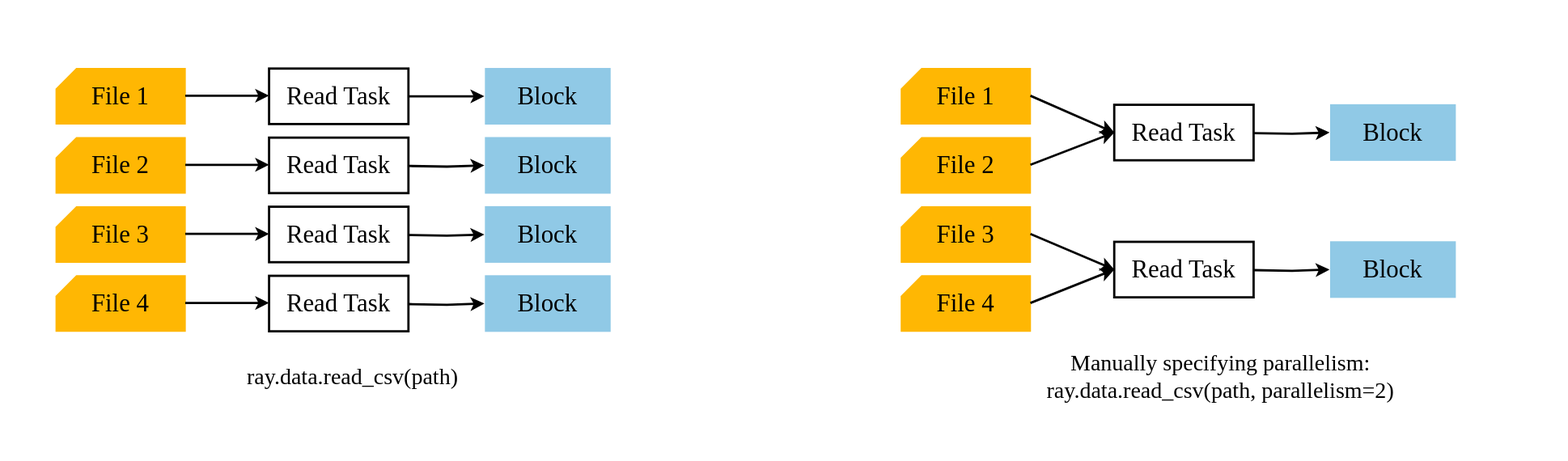
Above: img/ch-ray-data/dataset-read.svg in godaai/scale-py-zh (draw.io), before the change. Source tidied: cells renumbered, new cells last; positions are measured from the earlier drawing's top-left corner, leaving out a move shared by most shapes.
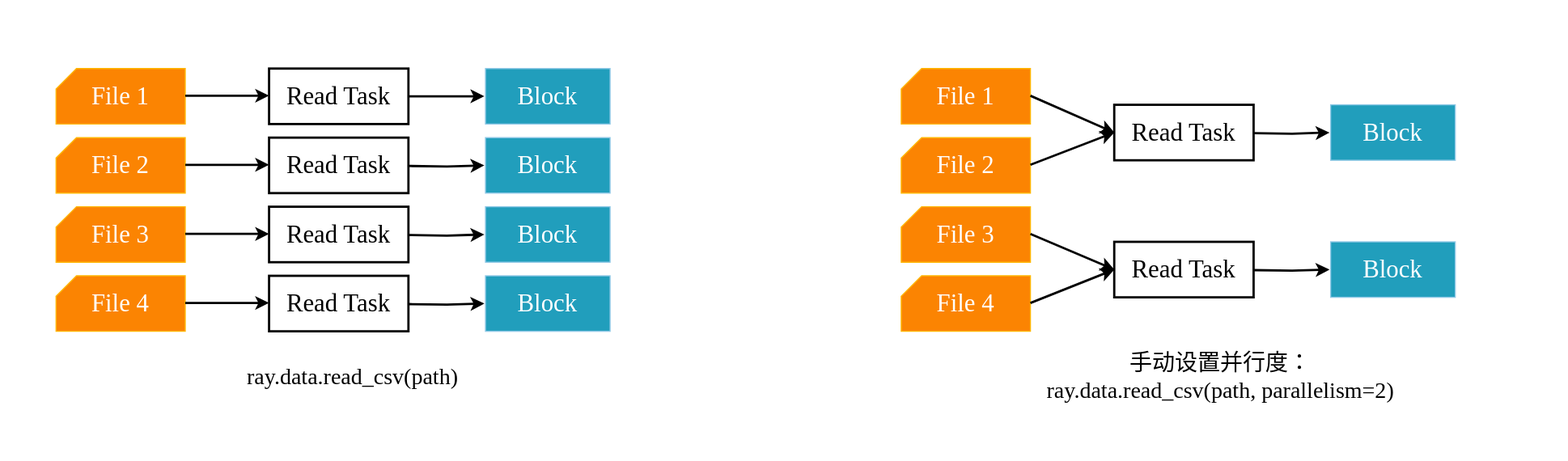
Later version of the same file.

What changed in the source:
```diff
@@ -5,16 +5,16 @@
     <mxCell id="2" style="rounded=0;whiteSpace=wrap;html=1;strokeColor=none;fillColor=none;" parent="1" vertex="1">
       <mxGeometry width="1384" height="407" as="geometry" />
     </mxCell>
-    <mxCell id="3" value="&lt;font style=&quot;font-size: 22px;&quot; face=&quot;Times New Roman&quot;&gt;File 1&lt;/font&gt;" style="shape=card;whiteSpace=wrap;html=1;size=18;fillColor=#FFB703;strokeColor=#FFB703;fontSize=22;" parent="1" vertex="1">
+    <mxCell id="3" value="&lt;font color=&quot;#ffffff&quot; style=&quot;font-size: 22px;&quot; face=&quot;Times New Roman&quot;&gt;File 1&lt;/font&gt;" style="shape=card;whiteSpace=wrap;html=1;size=18;fillColor=#FB8402;strokeColor=#FFB703;fontSize=22;" parent="1" vertex="1">
       <mxGeometry x="49" y="60" width="114" height="49" as="geometry" />
     </mxCell>
-    <mxCell id="4" value="&lt;font style=&quot;font-size: 22px;&quot; face=&quot;Times New Roman&quot;&gt;File 2&lt;/font&gt;" style="shape=card;whiteSpace=wrap;html=1;size=18;fillColor=#FFB703;strokeColor=#FFB703;fontSize=22;fontColor=#000000;" parent="1" vertex="1">
+    <mxCell id="4" value="&lt;font color=&quot;#ffffff&quot; style=&quot;font-size: 22px;&quot; face=&quot;Times New Roman&quot;&gt;File 2&lt;/font&gt;" style="shape=card;whiteSpace=wrap;html=1;size=18;fillColor=#FB8402;strokeColor=#FFB703;fontSize=22;" parent="1" vertex="1">
       <mxGeometry x="49" y="121" width="114" height="49" as="geometry" />
     </mxCell>
-    <mxCell id="5" value="&lt;font style=&quot;font-size: 22px;&quot; face=&quot;Times New Roman&quot;&gt;File 3&lt;/font&gt;" style="shape=card;whiteSpace=wrap;html=1;size=18;fillColor=#FFB703;strokeColor=#FFB703;fontSize=22;fontColor=#000000;" parent="1" vertex="1">
+    <mxCell id="5" value="&lt;font color=&quot;#ffffff&quot; style=&quot;font-size: 22px;&quot; face=&quot;Times New Roman&quot;&gt;File 3&lt;/font&gt;" style="shape=card;whiteSpace=wrap;html=1;size=18;fillColor=#FB8402;strokeColor=#FFB703;fontSize=22;" parent="1" vertex="1">
       <mxGeometry x="49" y="182" width="114" height="49" as="geometry" />
     </mxCell>
-    <mxCell id="6" value="&lt;font style=&quot;font-size: 22px;&quot; face=&quot;Times New Roman&quot;&gt;File 4&lt;/font&gt;" style="shape=card;whiteSpace=wrap;html=1;size=18;fillColor=#FFB703;strokeColor=#FFB703;fontSize=22;fontColor=#000000;" parent="1" vertex="1">
+    <mxCell id="6" value="&lt;font color=&quot;#ffffff&quot; style=&quot;font-size: 22px;&quot; face=&quot;Times New Roman&quot;&gt;File 4&lt;/font&gt;" style="shape=card;whiteSpace=wrap;html=1;size=18;fillColor=#FB8402;strokeColor=#FFB703;fontSize=22;" parent="1" vertex="1">
       <mxGeometry x="49" y="243" width="114" height="49" as="geometry" />
     </mxCell>
     <mxCell id="7" style="endArrow=classic;html=1;rounded=0;strokeWidth=2;fontSize=22;" parent="1" edge="1">
@@ -58,7 +58,7 @@
     <mxCell id="15" value="&lt;font style=&quot;font-size: 22px;&quot; face=&quot;Times New Roman&quot;&gt;Read Task&lt;/font&gt;" style="rounded=0;whiteSpace=wrap;html=1;strokeWidth=2;fontSize=22;" parent="1" vertex="1">
       <mxGeometry x="237" y="243" width="123" height="49" as="geometry" />
     </mxCell>
-    <mxCell id="16" value="&lt;font style=&quot;font-size: 22px;&quot; face=&quot;Times New Roman&quot;&gt;Block&lt;/font&gt;" style="rounded=0;whiteSpace=wrap;html=1;fillColor=#90C9E6;strokeColor=#90C9E6;fontSize=22;fontColor=default;" parent="1" vertex="1">
+    <mxCell id="16" value="&lt;font style=&quot;font-size: 22px;&quot; face=&quot;Times New Roman&quot; color=&quot;#ffffff&quot;&gt;Block&lt;/font&gt;" style="rounded=0;whiteSpace=wrap;html=1;fillColor=#219EBC;strokeColor=#90C9E6;fontSize=22;" parent="1" vertex="1">
       <mxGeometry x="428" y="60" width="110" height="49" as="geometry" />
     </mxCell>
     <mxCell id="17" style="edgeStyle=orthogonalEdgeStyle;rounded=0;orthogonalLoop=1;jettySize=auto;html=1;strokeWidth=2;fontSize=22;" parent="1" edge="1">
@@ -67,7 +67,7 @@
         <mxPoint x="427" y="145.5" as="targetPoint" />
       </mxGeometry>
     </mxCell>
-    <mxCell id="18" value="&lt;font style=&quot;font-size: 22px;&quot; face=&quot;Times New Roman&quot;&gt;Block&lt;/font&gt;" style="rounded=0;whiteSpace=wrap;html=1;fillColor=#90C9E6;strokeColor=#90C9E6;fontSize=22;fontColor=default;" parent="1" vertex="1">
+    <mxCell id="18" value="&lt;font style=&quot;font-size: 22px;&quot; face=&quot;Times New Roman&quot; color=&quot;#ffffff&quot;&gt;Block&lt;/font&gt;" style="rounded=0;whiteSpace=wrap;html=1;fillColor=#219EBC;strokeColor=#90C9E6;fontSize=22;" parent="1" vertex="1">
       <mxGeometry x="428" y="121" width="110" height="49" as="geometry" />
     </mxCell>
     <mxCell id="19" style="edgeStyle=orthogonalEdgeStyle;rounded=0;orthogonalLoop=1;jettySize=auto;html=1;strokeWidth=2;fontSize=22;" parent="1" edge="1">
@@ -76,7 +76,7 @@
         <mxPoint x="427" y="206.5" as="targetPoint" />
       </mxGeometry>
     </mxCell>
-    <mxCell id="20" value="&lt;font style=&quot;font-size: 22px;&quot; face=&quot;Times New Roman&quot;&gt;Block&lt;/font&gt;" style="rounded=0;whiteSpace=wrap;html=1;fillColor=#90C9E6;strokeColor=#90C9E6;fontSize=22;fontColor=default;" parent="1" vertex="1">
+    <mxCell id="20" value="&lt;font style=&quot;font-size: 22px;&quot; face=&quot;Times New Roman&quot; color=&quot;#ffffff&quot;&gt;Block&lt;/font&gt;" style="rounded=0;whiteSpace=wrap;html=1;fillColor=#219EBC;strokeColor=#90C9E6;fontSize=22;" parent="1" vertex="1">
       <mxGeometry x="428" y="182" width="110" height="49" as="geometry" />
     </mxCell>
     <mxCell id="21" style="edgeStyle=orthogonalEdgeStyle;rounded=0;orthogonalLoop=1;jettySize=auto;html=1;strokeWidth=2;fontSize=22;" parent="1" edge="1">
@@ -85,19 +85,19 @@
         <mxPoint x="427" y="267.5" as="targetPoint" />
       </mxGeometry>
     </mxCell>
-    <mxCell id="22" value="&lt;font style=&quot;font-size: 22px;&quot; face=&quot;Times New Roman&quot;&gt;Block&lt;/font&gt;" style="rounded=0;whiteSpace=wrap;html=1;fillColor=#90C9E6;strokeColor=#90C9E6;fontSize=22;fontColor=default;" parent="1" vertex="1">
+    <mxCell id="22" value="&lt;font style=&quot;font-size: 22px;&quot; face=&quot;Times New Roman&quot; color=&quot;#ffffff&quot;&gt;Block&lt;/font&gt;" style="rounded=0;whiteSpace=wrap;html=1;fillColor=#219EBC;strokeColor=#90C9E6;fontSize=22;" parent="1" vertex="1">
       <mxGeometry x="428" y="243" width="110" height="49" as="geometry" />
     </mxCell>
-    <mxCell id="23" value="&lt;font style=&quot;font-size: 22px;&quot; face=&quot;Times New Roman&quot;&gt;File 1&lt;/font&gt;" style="shape=card;whiteSpace=wrap;html=1;size=18;fillColor=#FFB703;strokeColor=#FFB703;fontSize=22;fontColor=default;" parent="1" vertex="1">
+    <mxCell id="23" value="&lt;font color=&quot;#ffffff&quot; style=&quot;font-size: 22px;&quot; face=&quot;Times New Roman&quot;&gt;File 1&lt;/font&gt;" style="shape=card;whiteSpace=wrap;html=1;size=18;fillColor=#FB8402;strokeColor=#FFB703;fontSize=22;" parent="1" vertex="1">
       <mxGeometry x="795" y="60" width="114" height="49" as="geometry" />
     </mxCell>
-    <mxCell id="24" value="&lt;font style=&quot;font-size: 22px;&quot; face=&quot;Times New Roman&quot;&gt;File 2&lt;/font&gt;" style="shape=card;whiteSpace=wrap;html=1;size=18;fillColor=#FFB703;strokeColor=#FFB703;fontSize=22;fontColor=default;" parent="1" vertex="1">
+    <mxCell id="24" value="&lt;font color=&quot;#ffffff&quot; style=&quot;font-size: 22px;&quot; face=&quot;Times New Roman&quot;&gt;File 2&lt;/font&gt;" style="shape=card;whiteSpace=wrap;html=1;size=18;fillColor=#FB8402;strokeColor=#FFB703;fontSize=22;" parent="1" vertex="1">
       <mxGeometry x="795" y="121" width="114" height="49" as="geometry" />
     </mxCell>
-    <mxCell id="25" value="&lt;font style=&quot;font-size: 22px;&quot; face=&quot;Times New Roman&quot;&gt;File 3&lt;/font&gt;" style="shape=card;whiteSpace=wrap;html=1;size=18;fillColor=#FFB703;strokeColor=#FFB703;fontSize=22;fontColor=default;" parent="1" vertex="1">
+    <mxCell id="25" value="&lt;font color=&quot;#ffffff&quot; style=&quot;font-size: 22px;&quot; face=&quot;Times New Roman&quot;&gt;File 3&lt;/font&gt;" style="shape=card;whiteSpace=wrap;html=1;size=18;fillColor=#FB8402;strokeColor=#FFB703;fontSize=22;" parent="1" vertex="1">
       <mxGeometry x="795" y="182" width="114" height="49" as="geometry" />
     </mxCell>
-    <mxCell id="26" value="&lt;font style=&quot;font-size: 22px;&quot; face=&quot;Times New Roman&quot;&gt;File 4&lt;/font&gt;" style="shape=card;whiteSpace=wrap;html=1;size=18;fillColor=#FFB703;strokeColor=#FFB703;fontSize=22;fontColor=default;" parent="1" vertex="1">
+    <mxCell id="26" value="&lt;font color=&quot;#ffffff&quot; style=&quot;font-size: 22px;&quot; face=&quot;Times New Roman&quot;&gt;File 4&lt;/font&gt;" style="shape=card;whiteSpace=wrap;html=1;size=18;fillColor=#FB8402;strokeColor=#FFB703;fontSize=22;" parent="1" vertex="1">
       <mxGeometry x="795" y="243" width="114" height="49" as="geometry" />
     </mxCell>
     <mxCell id="27" style="endArrow=classic;html=1;rounded=0;strokeWidth=2;entryX=0;entryY=0.5;entryDx=0;entryDy=0;fontSize=22;" parent="1" edge="1" target="31">
@@ -132,7 +132,7 @@
         <mxPoint x="1173" y="116.5" as="targetPoint" />
       </mxGeometry>
     </mxCell>
-    <mxCell id="34" value="&lt;font style=&quot;font-size: 22px;&quot; face=&quot;Times New Roman&quot;&gt;Block&lt;/font&gt;" style="rounded=0;whiteSpace=wrap;html=1;fillColor=#90C9E6;strokeColor=#90C9E6;fontSize=22;fontColor=default;" parent="1" vertex="1">
+    <mxCell id="34" value="&lt;font style=&quot;font-size: 22px;&quot; face=&quot;Times New Roman&quot; color=&quot;#ffffff&quot;&gt;Block&lt;/font&gt;" style="rounded=0;whiteSpace=wrap;html=1;fillColor=#219EBC;strokeColor=#90C9E6;fontSize=22;" parent="1" vertex="1">
       <mxGeometry x="1174" y="92" width="110" height="49" as="geometry" />
     </mxCell>
     <mxCell id="35" style="edgeStyle=orthogonalEdgeStyle;rounded=0;orthogonalLoop=1;jettySize=auto;html=1;strokeWidth=2;fontSize=22;" parent="1" edge="1">
@@ -141,13 +141,13 @@
         <mxPoint x="1173" y="237.5" as="targetPoint" />
       </mxGeometry>
     </mxCell>
-    <mxCell id="36" value="&lt;font style=&quot;font-size: 22px;&quot; face=&quot;Times New Roman&quot;&gt;Block&lt;/font&gt;" style="rounded=0;whiteSpace=wrap;html=1;fillColor=#90C9E6;strokeColor=#90C9E6;fontSize=22;fontColor=default;" parent="1" vertex="1">
+    <mxCell id="36" value="&lt;font style=&quot;font-size: 22px;&quot; face=&quot;Times New Roman&quot; color=&quot;#ffffff&quot;&gt;Block&lt;/font&gt;" style="rounded=0;whiteSpace=wrap;html=1;fillColor=#219EBC;strokeColor=#90C9E6;fontSize=22;" parent="1" vertex="1">
       <mxGeometry x="1174" y="213" width="110" height="49" as="geometry" />
     </mxCell>
     <mxCell id="37" value="&lt;div style=&quot;font-size: 20px;&quot;&gt;&lt;span style=&quot;background-color: initial;&quot;&gt;&lt;font face=&quot;Garamond&quot;&gt;ray.data.read_csv(path)&lt;/font&gt;&lt;/span&gt;&lt;br&gt;&lt;/div&gt;" style="text;html=1;strokeColor=none;fillColor=none;align=center;verticalAlign=middle;whiteSpace=wrap;rounded=0;" parent="1" vertex="1">
       <mxGeometry x="91" y="300" width="440" height="62" as="geometry" />
     </mxCell>
-    <mxCell id="38" value="&lt;div style=&quot;font-size: 20px;&quot;&gt;&lt;div&gt;&lt;font face=&quot;Times New Roman&quot;&gt;Manually specifying parallelism:&lt;/font&gt;&lt;/div&gt;&lt;div&gt;&lt;font face=&quot;Garamond&quot;&gt;ray.data.read_csv(path, parallelism=2)&lt;/font&gt;&lt;/div&gt;&lt;/div&gt;" style="text;html=1;strokeColor=none;fillColor=none;align=center;verticalAlign=middle;whiteSpace=wrap;rounded=0;" parent="1" vertex="1">
+    <mxCell id="38" value="&lt;div style=&quot;font-size: 20px;&quot;&gt;&lt;div&gt;&lt;font face=&quot;Times New Roman&quot;&gt;手动设置并行度：&lt;/font&gt;&lt;/div&gt;&lt;div&gt;&lt;font face=&quot;Garamond&quot;&gt;ray.data.read_csv(path, parallelism=2)&lt;/font&gt;&lt;/div&gt;&lt;/div&gt;" style="text;html=1;strokeColor=none;fillColor=none;align=center;verticalAlign=middle;whiteSpace=wrap;rounded=0;" parent="1" vertex="1">
       <mxGeometry x="857" y="300" width="440" height="62" as="geometry" />
     </mxCell>
   </root>
```
